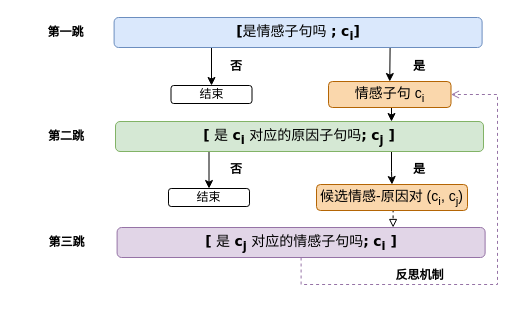
zhoucz97/paper_figure keeps this draw.io diagram as framework1.drawio. Above is the earlier version. Source tidied: cells renumbered, new cells numbered last; positions are measured from the earlier drawing's top-left corner, leaving out a move shared by most shapes. Both pictures are drawn from the tidied source at 100%, with x=0, y=0 at pixel (16, 17).
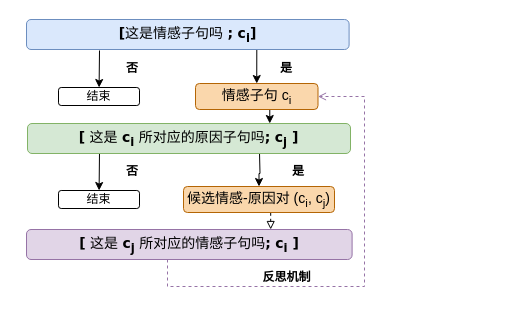
After the change.

Diff of the diagram source:
```diff
@@
-    <mxCell id="2" style="edgeStyle=orthogonalEdgeStyle;rounded=0;jettySize=auto;html=1;exitX=0.25;exitY=1;exitDx=0;exitDy=0;entryX=0.5;entryY=0;entryDx=0;entryDy=0;" parent="1" edge="1" source="4" target="5">
-      <mxGeometry relative="1" as="geometry" />
-    </mxCell>
@@
+    <mxCell id="24" style="rounded=0;jettySize=auto;html=1;" parent="1" edge="1" target="5">
+      <mxGeometry relative="1" as="geometry">
+        <mxPoint x="83" y="33" as="sourcePoint" />
+      </mxGeometry>
+    </mxCell>
-    <mxCell id="4" value="&lt;font style=&quot;font-size: 14px&quot;&gt;&lt;font face=&quot;Verdana&quot;&gt;&lt;b&gt;[&lt;/b&gt;是情感子句吗&lt;/font&gt;&lt;span style=&quot;font-family: &amp;#34;verdana&amp;#34;&quot;&gt;&amp;nbsp;&lt;/span&gt;&lt;b style=&quot;font-family: &amp;#34;verdana&amp;#34;&quot;&gt;;&lt;/b&gt;&lt;span style=&quot;font-family: &amp;#34;verdana&amp;#34;&quot;&gt;&amp;nbsp;&lt;b&gt;c&lt;sub&gt;i&lt;/sub&gt;]&lt;/b&gt;&lt;/span&gt;&lt;/font&gt;" style="rounded=1;whiteSpace=wrap;html=1;fillColor=#dae8fc;strokeColor=#6c8ebf;" parent="1" vertex="1">
-      <mxGeometry x="97.6" width="368" height="30" as="geometry" />
+    <mxCell id="4" value="&lt;font style=&quot;font-size: 14px&quot;&gt;&lt;font face=&quot;Verdana&quot;&gt;&lt;b&gt;[&lt;/b&gt;这是情感子句吗&lt;/font&gt;&lt;span style=&quot;font-family: &amp;#34;verdana&amp;#34;&quot;&gt;&amp;nbsp;&lt;/span&gt;&lt;b style=&quot;font-family: &amp;#34;verdana&amp;#34;&quot;&gt;;&lt;/b&gt;&lt;span style=&quot;font-family: &amp;#34;verdana&amp;#34;&quot;&gt;&amp;nbsp;&lt;b&gt;c&lt;sub&gt;i&lt;/sub&gt;]&lt;/b&gt;&lt;/span&gt;&lt;/font&gt;" style="rounded=1;whiteSpace=wrap;html=1;fillColor=#dae8fc;strokeColor=#6c8ebf;" parent="1" vertex="1">
+      <mxGeometry x="10" y="2" width="322.6" height="30" as="geometry" />
     </mxCell>
     <mxCell id="5" value="结束" style="rounded=1;whiteSpace=wrap;html=1;" parent="1" vertex="1">
-      <mxGeometry x="154.5" y="68" width="81" height="18" as="geometry" />
+      <mxGeometry x="42" y="70" width="81" height="18" as="geometry" />
     </mxCell>
-    <mxCell id="6" style="edgeStyle=orthogonalEdgeStyle;rounded=0;jettySize=auto;html=1;exitX=0.25;exitY=1;exitDx=0;exitDy=0;entryX=0.5;entryY=0;entryDx=0;entryDy=0;" parent="1" edge="1" source="8" target="11">
-      <mxGeometry relative="1" as="geometry" />
-    </mxCell>
-    <mxCell id="7" style="edgeStyle=orthogonalEdgeStyle;rounded=0;jettySize=auto;html=1;exitX=0.75;exitY=1;exitDx=0;exitDy=0;" parent="1" edge="1" source="8" target="13">
-      <mxGeometry relative="1" as="geometry" />
+    <mxCell id="7" style="edgeStyle=orthogonalEdgeStyle;rounded=0;jettySize=auto;html=1;" parent="1" edge="1" target="13">
+      <mxGeometry relative="1" as="geometry">
+        <mxPoint x="243" y="135" as="sourcePoint" />
+      </mxGeometry>
     </mxCell>
+    <mxCell id="25" style="rounded=0;jettySize=auto;html=1;" parent="1" edge="1" target="11">
+      <mxGeometry relative="1" as="geometry">
+        <mxPoint x="83" y="134" as="sourcePoint" />
+      </mxGeometry>
+    </mxCell>
-    <mxCell id="8" value="&lt;font style=&quot;font-size: 14px&quot; face=&quot;Verdana&quot;&gt;&lt;b&gt;[&lt;/b&gt;&amp;nbsp;是&amp;nbsp;&lt;b&gt;c&lt;sub&gt;i&lt;/sub&gt;&lt;/b&gt;&amp;nbsp;对应的原因子句吗&lt;b&gt;;&lt;/b&gt; &lt;b&gt;c&lt;sub&gt;j&lt;/sub&gt;&amp;nbsp;]&lt;/b&gt;&lt;/font&gt;" style="rounded=1;whiteSpace=wrap;html=1;fillColor=#d5e8d4;strokeColor=#82b366;" parent="1" vertex="1">
-      <mxGeometry x="99" y="104" width="368" height="30" as="geometry" />
+    <mxCell id="8" value="&lt;font style=&quot;font-size: 14px&quot; face=&quot;Verdana&quot;&gt;&lt;b&gt;[&lt;/b&gt;&amp;nbsp;这是&amp;nbsp;&lt;b&gt;c&lt;sub&gt;i&lt;/sub&gt;&lt;/b&gt;&amp;nbsp;所对应的原因子句吗&lt;b&gt;;&lt;/b&gt; &lt;b&gt;c&lt;sub&gt;j&lt;/sub&gt;&amp;nbsp;]&lt;/b&gt;&lt;/font&gt;" style="rounded=1;whiteSpace=wrap;html=1;fillColor=#d5e8d4;strokeColor=#82b366;" parent="1" vertex="1">
+      <mxGeometry x="11" y="106" width="323" height="30" as="geometry" />
     </mxCell>
@@
     <mxCell id="10" value="&lt;font style=&quot;font-size: 14px&quot;&gt;情感子句 c&lt;sub&gt;i&lt;/sub&gt;&lt;/font&gt;" style="rounded=1;whiteSpace=wrap;html=1;fillColor=#fad7ac;strokeColor=#b46504;" parent="1" vertex="1">
-      <mxGeometry x="312" y="64" width="122.5" height="26" as="geometry" />
+      <mxGeometry x="179" y="66" width="122.5" height="26" as="geometry" />
     </mxCell>
     <mxCell id="11" value="结束" style="rounded=1;whiteSpace=wrap;html=1;" parent="1" vertex="1">
-      <mxGeometry x="152" y="171" width="81" height="18" as="geometry" />
+      <mxGeometry x="42" y="173" width="81" height="18" as="geometry" />
     </mxCell>
@@
     <mxCell id="13" value="&lt;font style=&quot;font-size: 14px&quot;&gt;候选情感-原因对 (c&lt;sub&gt;i&lt;/sub&gt;, c&lt;sub&gt;j&lt;/sub&gt;)&lt;/font&gt;" style="rounded=1;whiteSpace=wrap;html=1;fillColor=#fad7ac;strokeColor=#b46504;" parent="1" vertex="1">
-      <mxGeometry x="300" y="167" width="151" height="26" as="geometry" />
+      <mxGeometry x="167" y="169" width="151" height="26" as="geometry" />
     </mxCell>
     <mxCell id="14" style="edgeStyle=orthogonalEdgeStyle;rounded=0;jettySize=auto;html=1;entryX=1;entryY=0.5;entryDx=0;entryDy=0;dashed=1;endArrow=open;endFill=0;fillColor=#e1d5e7;strokeColor=#9673a6;" parent="1" edge="1" source="15" target="10">
       <mxGeometry relative="1" as="geometry">
         <Array as="points">
-          <mxPoint x="284" y="267" />
-          <mxPoint x="481" y="267" />
-          <mxPoint x="481" y="77" />
+          <mxPoint x="151" y="269" />
+          <mxPoint x="348" y="269" />
+          <mxPoint x="348" y="79" />
         </Array>
       </mxGeometry>
     </mxCell>
-    <mxCell id="15" value="&lt;font style=&quot;font-size: 14px&quot; face=&quot;Verdana&quot;&gt;&lt;b&gt;[&lt;/b&gt;&amp;nbsp;是&amp;nbsp;&lt;b&gt;c&lt;sub&gt;j&lt;/sub&gt;&lt;/b&gt;&amp;nbsp;对应的情感子句吗&lt;b&gt;;&lt;/b&gt; &lt;b&gt;c&lt;sub&gt;i&lt;/sub&gt;&amp;nbsp;]&lt;/b&gt;&lt;/font&gt;" style="rounded=1;whiteSpace=wrap;html=1;fillColor=#e1d5e7;strokeColor=#9673a6;" parent="1" vertex="1">
-      <mxGeometry x="100.6" y="210" width="368" height="30" as="geometry" />
+    <mxCell id="15" value="&lt;font style=&quot;font-size: 14px&quot; face=&quot;Verdana&quot;&gt;&lt;b&gt;[&lt;/b&gt;&amp;nbsp;这是&amp;nbsp;&lt;b&gt;c&lt;sub&gt;j&lt;/sub&gt;&lt;/b&gt;&amp;nbsp;所对应的情感子句吗&lt;b&gt;;&lt;/b&gt; &lt;b&gt;c&lt;sub&gt;i&lt;/sub&gt;&amp;nbsp;]&lt;/b&gt;&lt;/font&gt;" style="rounded=1;whiteSpace=wrap;html=1;fillColor=#e1d5e7;strokeColor=#9673a6;" parent="1" vertex="1">
+      <mxGeometry x="10" y="212" width="325.6" height="30" as="geometry" />
     </mxCell>
-    <mxCell id="16" value="&lt;b&gt;第一跳&lt;/b&gt;" style="text;html=1;strokeColor=none;fillColor=none;align=center;verticalAlign=middle;whiteSpace=wrap;rounded=0;" parent="1" vertex="1">
-      <mxGeometry x="0.6" y="5" width="97" height="20" as="geometry" />
-    </mxCell>
-    <mxCell id="17" value="&lt;b&gt;第二跳&lt;/b&gt;" style="text;html=1;strokeColor=none;fillColor=none;align=center;verticalAlign=middle;whiteSpace=wrap;rounded=0;" parent="1" vertex="1">
-      <mxGeometry x="0.4" y="109" width="100.2" height="20" as="geometry" />
-    </mxCell>
-    <mxCell id="18" value="&lt;b&gt;第三跳&lt;/b&gt;" style="text;html=1;strokeColor=none;fillColor=none;align=center;verticalAlign=middle;whiteSpace=wrap;rounded=0;" parent="1" vertex="1">
-      <mxGeometry x="1.2" y="215" width="98.5" height="20" as="geometry" />
-    </mxCell>
     <mxCell id="19" value="&lt;b&gt;否&lt;/b&gt;" style="text;html=1;strokeColor=none;fillColor=none;align=center;verticalAlign=middle;whiteSpace=wrap;rounded=0;" parent="1" vertex="1">
-      <mxGeometry x="200" y="142" width="40" height="20" as="geometry" />
+      <mxGeometry x="96" y="144" width="40" height="20" as="geometry" />
     </mxCell>
     <mxCell id="20" value="&lt;b&gt;是&lt;/b&gt;" style="text;html=1;strokeColor=none;fillColor=none;align=center;verticalAlign=middle;whiteSpace=wrap;rounded=0;" parent="1" vertex="1">
-      <mxGeometry x="383" y="142" width="40" height="20" as="geometry" />
+      <mxGeometry x="261.5" y="144" width="40" height="20" as="geometry" />
     </mxCell>
     <mxCell id="21" value="&lt;b&gt;反思机制&lt;/b&gt;" style="text;html=1;strokeColor=none;fillColor=none;align=center;verticalAlign=middle;whiteSpace=wrap;rounded=0;" parent="1" vertex="1">
-      <mxGeometry x="375.6" y="248" width="54.8" height="20" as="geometry" />
+      <mxGeometry x="242.6" y="250" width="54.8" height="20" as="geometry" />
     </mxCell>
     <mxCell id="22" value="&lt;b&gt;否&lt;/b&gt;" style="text;html=1;strokeColor=none;fillColor=none;align=center;verticalAlign=middle;whiteSpace=wrap;rounded=0;" parent="1" vertex="1">
-      <mxGeometry x="200" y="39" width="40" height="20" as="geometry" />
+      <mxGeometry x="96" y="41" width="40" height="20" as="geometry" />
     </mxCell>
     <mxCell id="23" value="&lt;b&gt;是&lt;/b&gt;" style="text;html=1;strokeColor=none;fillColor=none;align=center;verticalAlign=middle;whiteSpace=wrap;rounded=0;" parent="1" vertex="1">
-      <mxGeometry x="383" y="39" width="40" height="20" as="geometry" />
+      <mxGeometry x="250" y="41" width="40" height="20" as="geometry" />
     </mxCell>
```
